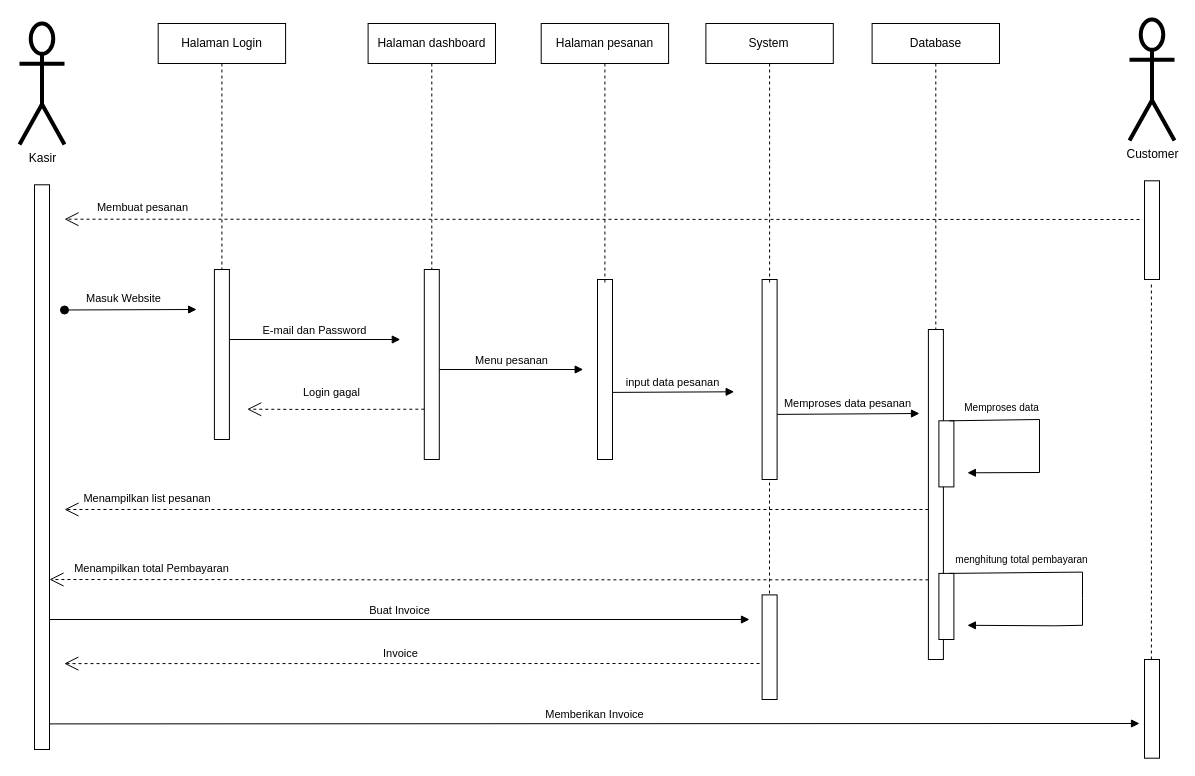
Before: page "SEQUENCE DIAGRAM" (4 of 9) of ALL UML.drawio in K35x/si_siblings_uml, a draw.io diagram. Source tidied: cells renumbered, new cells numbered last; positions are measured from the earlier drawing's top-left corner, leaving out a move shared by most shapes. Both pictures are drawn from the tidied source at 100%, with x=0, y=0 at pixel (19, 19).
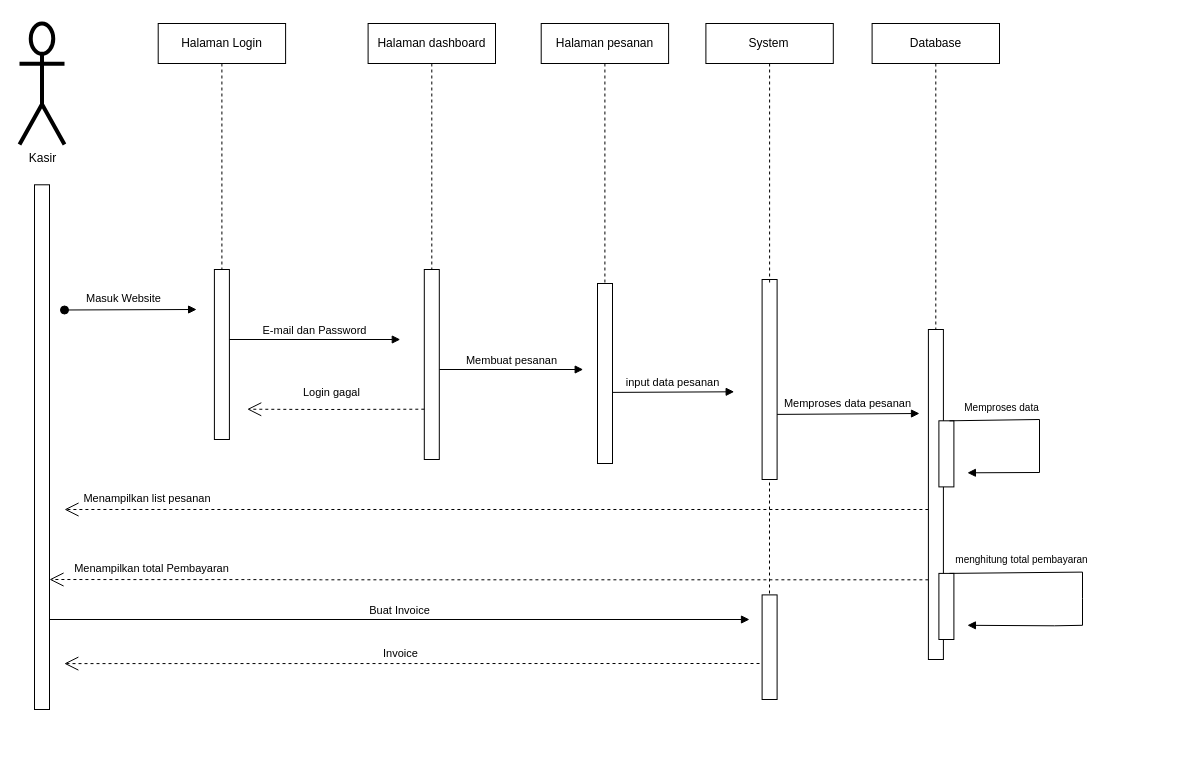
Above is the later version.

Change to the diagram source:
```diff
@@
-    <mxCell id="2" value="Menu pesanan" style="html=1;verticalAlign=bottom;endArrow=block;curved=0;rounded=0;fontStyle=0;" parent="1" edge="1">
+    <mxCell id="2" value="Membuat pesanan" style="html=1;verticalAlign=bottom;endArrow=block;curved=0;rounded=0;fontStyle=0;" parent="1" edge="1">
       <mxGeometry relative="1" as="geometry">
         <mxPoint x="419.8" y="350" as="sourcePoint" />
         <mxPoint x="563.7" y="350" as="targetPoint" />
       </mxGeometry>
     </mxCell>
@@
     <mxCell id="10" style="html=1;perimeter=orthogonalPerimeter;targetShapes=umlLifeline;newEdgeStyle={&quot;curved&quot;:0,&quot;rounded&quot;:0};fontStyle=0;" parent="1" vertex="1">
-      <mxGeometry x="578" y="260" width="15" height="180" as="geometry" />
+      <mxGeometry x="578" y="264" width="15" height="180" as="geometry" />
     </mxCell>
@@
     <mxCell id="17" style="html=1;perimeter=orthogonalPerimeter;targetShapes=umlLifeline;newEdgeStyle={&quot;curved&quot;:0,&quot;rounded&quot;:0};fontStyle=0;" parent="1" vertex="1">
-      <mxGeometry x="15" y="165.3" width="15" height="564.7" as="geometry" />
+      <mxGeometry x="15" y="165.3" width="15" height="524.7" as="geometry" />
     </mxCell>
@@
-    <mxCell id="20" value="Customer" style="shape=umlActor;verticalLabelPosition=bottom;verticalAlign=top;html=1;strokeWidth=4;fontStyle=0;labelPosition=center;align=center;" parent="1" vertex="1">
-      <mxGeometry x="1110" width="45" height="121" as="geometry" />
-    </mxCell>
-    <mxCell id="21" style="html=1;perimeter=orthogonalPerimeter;targetShapes=umlLifeline;newEdgeStyle={&quot;curved&quot;:0,&quot;rounded&quot;:0};fontStyle=0;" parent="1" vertex="1">
-      <mxGeometry x="1125" y="161.3" width="15" height="98.7" as="geometry" />
-    </mxCell>
@@
-    <mxCell id="25" style="endArrow=open;endFill=1;endSize=12;html=1;rounded=0;dashed=1;fontStyle=0;" parent="1" edge="1">
-      <mxGeometry relative="1" as="geometry">
-        <mxPoint x="1120" y="200" as="sourcePoint" />
-        <mxPoint x="45" y="199.7" as="targetPoint" />
-      </mxGeometry>
-    </mxCell>
-    <mxCell id="26" value="Membuat pesanan" style="text;strokeColor=none;fillColor=none;align=center;verticalAlign=top;spacingLeft=4;spacingRight=4;overflow=hidden;whiteSpace=wrap;html=1;fontStyle=0;fontSize=11;" parent="1" vertex="1">
-      <mxGeometry x="51.7" y="175" width="143.2" height="39.4" as="geometry" />
-    </mxCell>
@@
-    <mxCell id="36" style="endArrow=none;dashed=1;html=1;rounded=0;" parent="1" edge="1" source="37">
-      <mxGeometry relative="1" as="geometry">
-        <mxPoint x="1131.9" y="264" as="targetPoint" />
-      </mxGeometry>
-    </mxCell>
-    <mxCell id="37" style="html=1;points=[[0,0,0,0,5],[0,1,0,0,-5],[1,0,0,0,5],[1,1,0,0,-5]];perimeter=orthogonalPerimeter;outlineConnect=0;targetShapes=umlLifeline;portConstraint=eastwest;newEdgeStyle={&quot;curved&quot;:0,&quot;rounded&quot;:0};fontStyle=0;" parent="1" vertex="1">
-      <mxGeometry x="1125" y="640" width="15" height="98.7" as="geometry" />
-    </mxCell>
@@
-    <mxCell id="41" value="Memberikan Invoice" style="html=1;verticalAlign=bottom;endArrow=block;curved=0;rounded=0;fontStyle=0;" parent="1" edge="1">
-      <mxGeometry relative="1" as="geometry">
-        <mxPoint x="30" y="704.4" as="sourcePoint" />
-        <mxPoint x="1120" y="704" as="targetPoint" />
-      </mxGeometry>
-    </mxCell>
```
